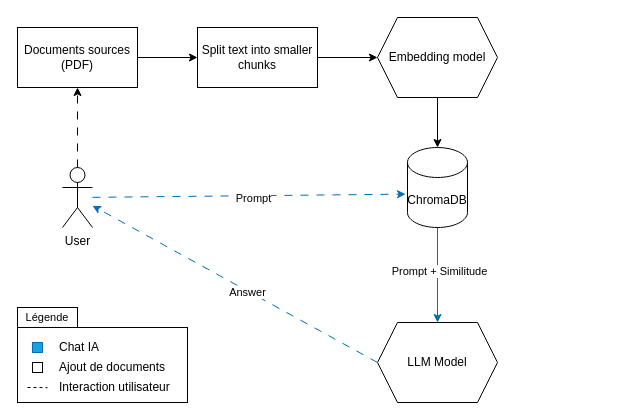
Before: server/rag.drawio in enzofrnt/rag-tutorial-v2, a draw.io diagram. Source tidied: cells renumbered, new cells numbered last; positions are measured from the earlier drawing's top-left corner, leaving out a move shared by most shapes. Both pictures are drawn from the tidied source at 100%, with x=0, y=0 at pixel (17, 17).
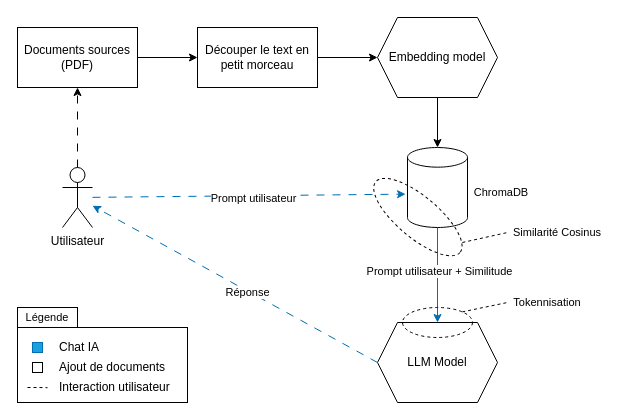
After the change.

The change refers to these unchanged cells:
```xml
<mxCell id="8" style="edgeStyle=none;html=1;fillColor=#1ba1e2;strokeColor=#006EAF;dashed=1;dashPattern=8 8;entryX=-0.032;entryY=0.583;entryDx=0;entryDy=0;entryPerimeter=0;" parent="1" edge="1" source="10" target="26">
  <mxGeometry relative="1" as="geometry" />
</mxCell>
<mxCell id="12" style="endArrow=classic;html=1;fillColor=#1ba1e2;strokeColor=#006EAF;exitX=0.5;exitY=1;exitDx=0;exitDy=0;exitPerimeter=0;" parent="1" edge="1" source="26" target="11">
  <mxGeometry relative="1" as="geometry" />
</mxCell>
<mxCell id="14" style="endArrow=classic;html=1;exitX=0;exitY=0.5;exitDx=0;exitDy=0;fillColor=#1ba1e2;strokeColor=#006EAF;dashed=1;dashPattern=8 8;" parent="1" edge="1" source="11" target="10">
  <mxGeometry relative="1" as="geometry" />
</mxCell>
```

The edit, as a diff of the source:
```diff
@@
-    <mxCell id="2" value="Split text into smaller chunks" style="rounded=0;whiteSpace=wrap;html=1;" parent="1" vertex="1">
+    <mxCell id="2" value="Découper le text en petit morceau" style="rounded=0;whiteSpace=wrap;html=1;" parent="1" vertex="1">
       <mxGeometry x="180" y="10" width="120" height="60" as="geometry" />
     </mxCell>
@@
-    <mxCell id="9" value="Prompt" style="edgeLabel;html=1;align=center;verticalAlign=middle;" parent="8" vertex="1">
+    <mxCell id="9" value="Prompt utilisateur" style="edgeLabel;html=1;align=center;verticalAlign=middle;" parent="8" vertex="1">
       <mxGeometry x="0.02" y="-2" relative="1" as="geometry" />
     </mxCell>
-    <mxCell id="10" value="User" style="shape=umlActor;verticalLabelPosition=bottom;verticalAlign=top;html=1;outlineConnect=0;" parent="1" vertex="1">
+    <mxCell id="10" value="Utilisateur" style="shape=umlActor;verticalLabelPosition=bottom;verticalAlign=top;html=1;outlineConnect=0;" parent="1" vertex="1">
       <mxGeometry x="45" y="150" width="30" height="60" as="geometry" />
     </mxCell>
@@
-    <mxCell id="13" value="Prompt + Similitude" style="edgeLabel;html=1;align=center;verticalAlign=middle;" parent="12" vertex="1">
+    <mxCell id="13" value="Prompt utilisateur&amp;nbsp;+ Similitude" style="edgeLabel;html=1;align=center;verticalAlign=middle;" parent="12" vertex="1">
       <mxGeometry x="-0.09" y="1" relative="1" as="geometry" />
     </mxCell>
@@
-    <mxCell id="15" value="Answer" style="edgeLabel;html=1;align=center;verticalAlign=middle;" parent="14" vertex="1">
+    <mxCell id="15" value="Réponse" style="edgeLabel;html=1;align=center;verticalAlign=middle;" parent="14" vertex="1">
       <mxGeometry x="-0.09" y="1" relative="1" as="geometry" />
     </mxCell>
@@
-    <mxCell id="26" value="&lt;span style=&quot;font-size: 12px;&quot;&gt;ChromaDB&lt;/span&gt;" style="shape=cylinder3;whiteSpace=wrap;html=1;boundedLbl=1;backgroundOutline=1;size=15;fontSize=11;" parent="1" vertex="1">
+    <mxCell id="26" style="shape=cylinder3;whiteSpace=wrap;html=1;boundedLbl=1;backgroundOutline=1;size=9.846163236177858;fontSize=11;" parent="1" vertex="1">
       <mxGeometry x="390" y="130" width="60" height="80" as="geometry" />
     </mxCell>
+    <mxCell id="27" style="ellipse;whiteSpace=wrap;html=1;fontSize=11;fillColor=none;dashed=1;" parent="1" vertex="1">
+      <mxGeometry x="385" y="290" width="70" height="30" as="geometry" />
+    </mxCell>
+    <mxCell id="28" style="endArrow=none;dashed=1;html=1;fontSize=11;exitX=1;exitY=0;exitDx=0;exitDy=0;entryX=0;entryY=0.5;entryDx=0;entryDy=0;" parent="1" edge="1" source="27" target="29">
+      <mxGeometry relative="1" as="geometry" />
+    </mxCell>
+    <mxCell id="29" value="Tokennisation" style="text;html=1;strokeColor=none;fillColor=none;align=center;verticalAlign=middle;whiteSpace=wrap;rounded=0;dashed=1;fontSize=11;" parent="1" vertex="1">
+      <mxGeometry x="490" y="270" width="80" height="30" as="geometry" />
+    </mxCell>
+    <mxCell id="30" style="ellipse;whiteSpace=wrap;html=1;fontSize=11;fillColor=none;dashed=1;rotation=40;" parent="1" vertex="1">
+      <mxGeometry x="345.4" y="179" width="110" height="41.2" as="geometry" />
+    </mxCell>
+    <mxCell id="31" value="ChromaDB" style="text;html=1;strokeColor=none;fillColor=none;align=center;verticalAlign=middle;whiteSpace=wrap;rounded=0;dashed=1;fontSize=11;" parent="1" vertex="1">
+      <mxGeometry x="444" y="160" width="80" height="30" as="geometry" />
+    </mxCell>
+    <mxCell id="32" style="endArrow=none;dashed=1;html=1;fontSize=11;exitX=0.958;exitY=0.278;exitDx=0;exitDy=0;exitPerimeter=0;entryX=0;entryY=0.5;entryDx=0;entryDy=0;" parent="1" edge="1" source="30" target="33">
+      <mxGeometry relative="1" as="geometry" />
+    </mxCell>
+    <mxCell id="33" value="Similarité Cosinus" style="text;html=1;strokeColor=none;fillColor=none;align=center;verticalAlign=middle;whiteSpace=wrap;rounded=0;dashed=1;fontSize=11;" parent="1" vertex="1">
+      <mxGeometry x="490" y="200" width="100" height="30" as="geometry" />
+    </mxCell>
```
